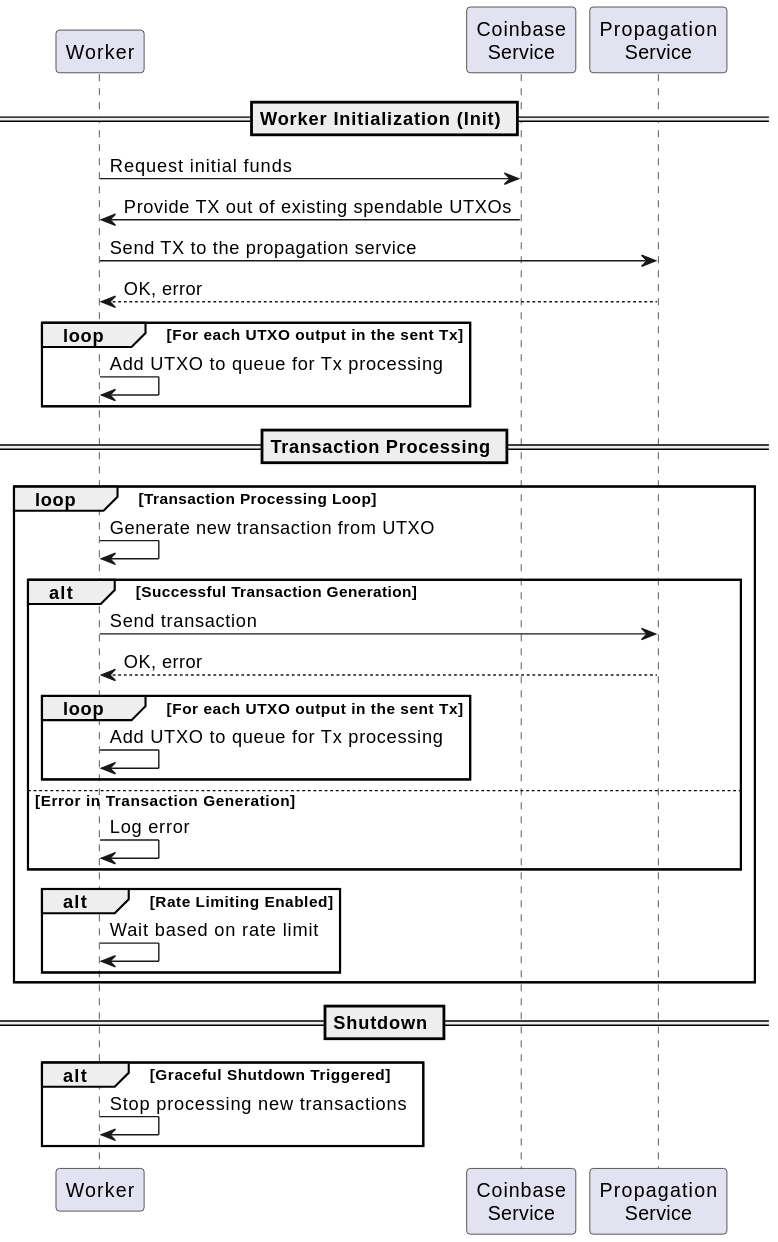
Above: docs/commands/img/plantuml/tx_blaster_worker.svg in freemans13/teranode (PlantUML), before the change. Its source is kept beside it as docs/commands/img/plantuml/tx_blaster_worker.puml. Its diagram source:
```plantuml
@startuml Worker Init and Start Function

participant "Worker" as Worker
participant "Coinbase\nService" as Coinbase
participant "Propagation\nService" as Propagation

== Worker Initialization (Init) ==
Worker -> Coinbase : Request initial funds
Coinbase -> Worker : Provide TX out of existing spendable UTXOs
Worker -> Propagation : Send TX to the propagation service
Propagation --> Worker : OK, error

loop For each UTXO output in the sent Tx
    Worker -> Worker : Add UTXO to queue for Tx processing
end

== Transaction Processing ==
loop Transaction Processing Loop
    Worker -> Worker : Generate new transaction from UTXO
    alt Successful Transaction Generation
        Worker -> Propagation : Send transaction
        Propagation --> Worker : OK, error

        loop For each UTXO output in the sent Tx
            Worker -> Worker : Add UTXO to queue for Tx processing
        end

    else Error in Transaction Generation
        Worker -> Worker : Log error
    end

    alt Rate Limiting Enabled
        Worker -> Worker : Wait based on rate limit
    end
end

== Shutdown ==
alt Graceful Shutdown Triggered
    Worker -> Worker : Stop processing new transactions

end

@enduml
```
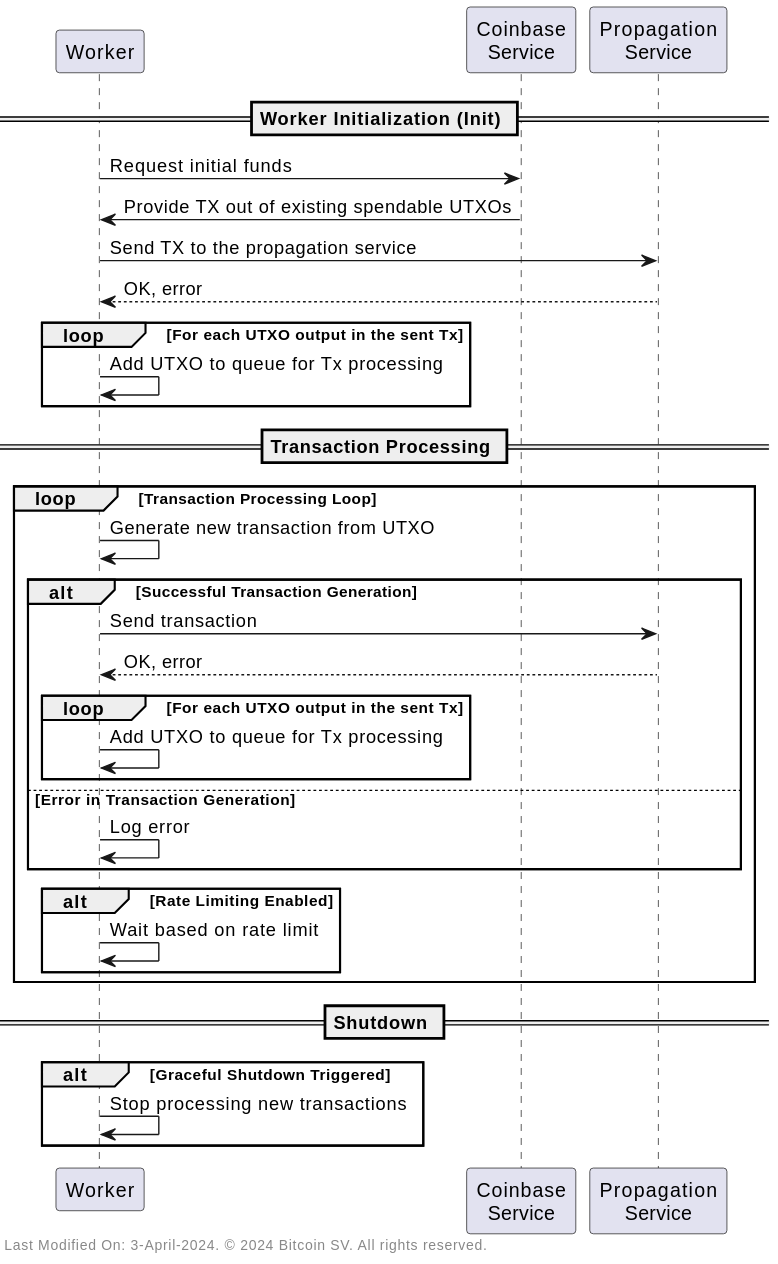
After the change.

Change to the diagram source:
```diff
@@ -40,4 +40,6 @@
 
 end
 
+left footer " Last Modified On: 3-April-2024. © 2024 Bitcoin SV. All rights reserved."
+
 @enduml
```
